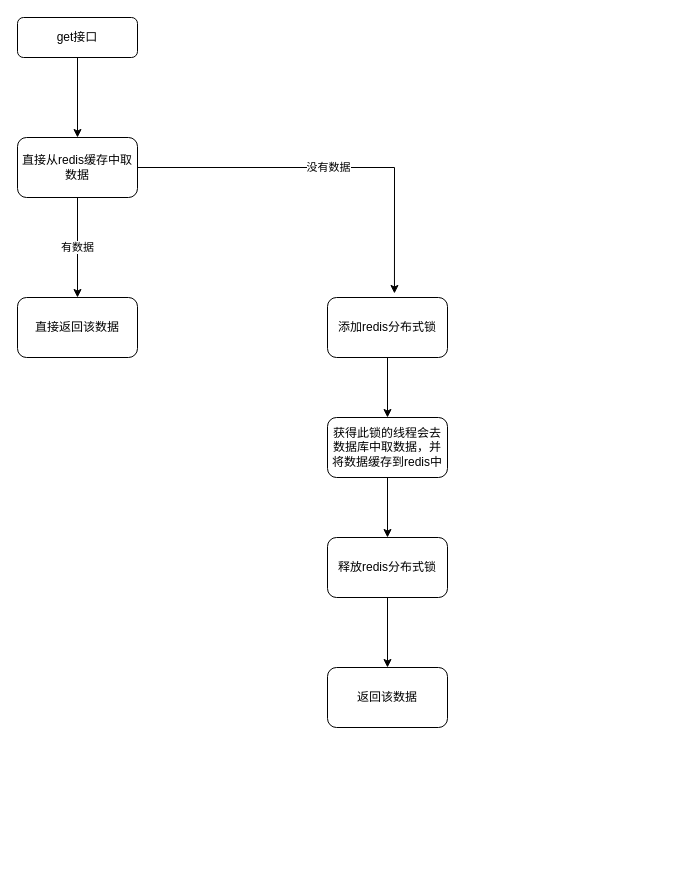
Earlier version of the draw.io diagram 页面发布.drawio (1363797161/fang). Source tidied: cells renumbered, new cells numbered last; positions are measured from the earlier drawing's top-left corner, leaving out a move shared by most shapes. Both pictures are drawn from the tidied source at 100%, with x=0, y=0 at pixel (17, 17).
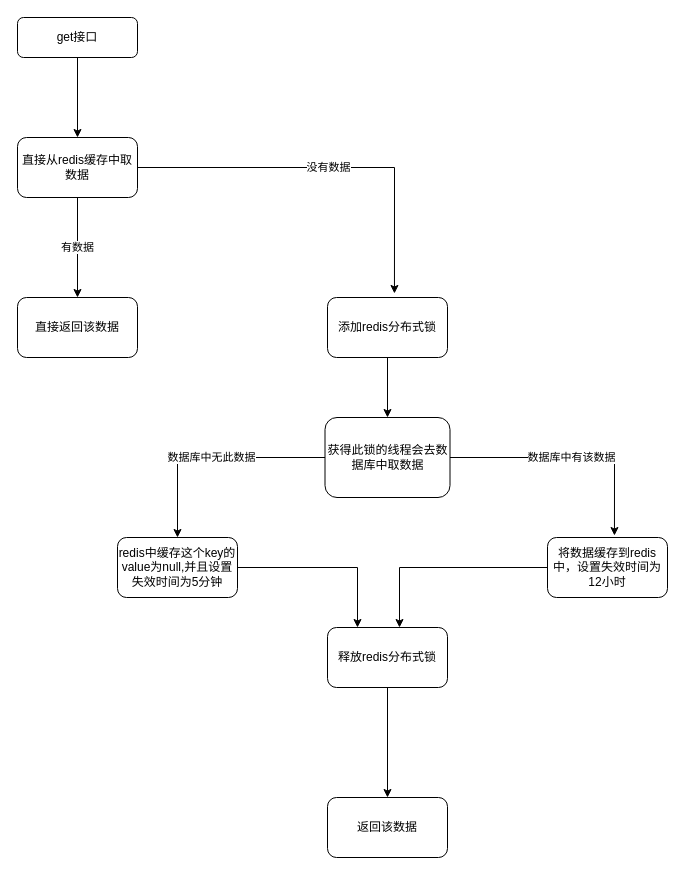
After the change.

Commit message (it also covers changes not shown here):
更新页面发布.drawio

Diff of the diagram source:
```diff
@@
 <mxGraphModel>
   <root>
     <mxCell id="0" />
     <mxCell id="1" parent="0" />
     <mxCell id="2" style="edgeStyle=orthogonalEdgeStyle;rounded=0;jettySize=auto;html=1;" parent="1" edge="1" source="3" target="6">
       <mxGeometry relative="1" as="geometry" />
     </mxCell>
     <mxCell id="3" value="get接口" style="rounded=1;whiteSpace=wrap;html=1;fontSize=12;glass=0;strokeWidth=1;shadow=0;" parent="1" vertex="1">
       <mxGeometry width="120" height="40" as="geometry" />
     </mxCell>
     <mxCell id="4" value="有数据" style="edgeStyle=orthogonalEdgeStyle;rounded=0;jettySize=auto;html=1;entryX=0.5;entryY=0;entryDx=0;entryDy=0;" parent="1" edge="1" source="6" target="9">
       <mxGeometry relative="1" as="geometry" />
     </mxCell>
     <mxCell id="5" value="没有数据" style="edgeStyle=orthogonalEdgeStyle;rounded=0;jettySize=auto;html=1;exitX=1;exitY=0.5;exitDx=0;exitDy=0;entryX=0.558;entryY=-0.067;entryDx=0;entryDy=0;entryPerimeter=0;" parent="1" edge="1" source="6" target="8">
       <mxGeometry relative="1" as="geometry" />
     </mxCell>
     <mxCell id="6" value="&lt;span&gt;直接从&lt;span lang=&quot;EN-US&quot;&gt;redis&lt;/span&gt;缓存中取数据&lt;/span&gt;" style="rounded=1;whiteSpace=wrap;html=1;" parent="1" vertex="1">
       <mxGeometry y="120" width="120" height="60" as="geometry" />
     </mxCell>
     <mxCell id="7" style="edgeStyle=orthogonalEdgeStyle;rounded=0;jettySize=auto;html=1;" parent="1" edge="1" source="8" target="11">
       <mxGeometry relative="1" as="geometry" />
     </mxCell>
     <mxCell id="8" value="添加redis分布式锁" style="rounded=1;whiteSpace=wrap;html=1;" parent="1" vertex="1">
       <mxGeometry x="310" y="280" width="120" height="60" as="geometry" />
     </mxCell>
     <mxCell id="9" value="直接返回该数据" style="rounded=1;whiteSpace=wrap;html=1;" parent="1" vertex="1">
       <mxGeometry y="280" width="120" height="60" as="geometry" />
     </mxCell>
-    <mxCell id="10" style="edgeStyle=orthogonalEdgeStyle;rounded=0;jettySize=auto;html=1;entryX=0.5;entryY=0;entryDx=0;entryDy=0;" parent="1" edge="1" source="11" target="13">
-      <mxGeometry relative="1" as="geometry" />
-    </mxCell>
+    <mxCell id="15" value="数据库中无此数据" style="edgeStyle=orthogonalEdgeStyle;rounded=0;jettySize=auto;html=1;entryX=0.5;entryY=0;entryDx=0;entryDy=0;" parent="1" edge="1" source="11" target="20">
+      <mxGeometry relative="1" as="geometry" />
+    </mxCell>
+    <mxCell id="16" value="数据库中有该数据" style="edgeStyle=orthogonalEdgeStyle;rounded=0;jettySize=auto;html=1;exitX=1;exitY=0.5;exitDx=0;exitDy=0;entryX=0.558;entryY=-0.033;entryDx=0;entryDy=0;entryPerimeter=0;" parent="1" edge="1" source="11" target="18">
+      <mxGeometry relative="1" as="geometry" />
+    </mxCell>
-    <mxCell id="11" value="&lt;span&gt;获得此锁的线程会去数据库中取数据，并将数据缓存到&lt;span lang=&quot;EN-US&quot;&gt;redis&lt;/span&gt;中&lt;/span&gt;" style="rounded=1;whiteSpace=wrap;html=1;" parent="1" vertex="1">
-      <mxGeometry x="310" y="400" width="120" height="60" as="geometry" />
+    <mxCell id="11" value="&lt;span&gt;获得此锁的线程会去数据库中取数据&lt;/span&gt;" style="rounded=1;whiteSpace=wrap;html=1;" parent="1" vertex="1">
+      <mxGeometry x="307.5" y="400" width="125" height="80" as="geometry" />
     </mxCell>
     <mxCell id="12" style="edgeStyle=orthogonalEdgeStyle;rounded=0;jettySize=auto;html=1;entryX=0.5;entryY=0;entryDx=0;entryDy=0;" parent="1" edge="1" source="13" target="14">
       <mxGeometry relative="1" as="geometry" />
     </mxCell>
     <mxCell id="13" value="释放redis分布式锁" style="rounded=1;whiteSpace=wrap;html=1;" parent="1" vertex="1">
-      <mxGeometry x="310" y="520" width="120" height="60" as="geometry" />
+      <mxGeometry x="310" y="610" width="120" height="60" as="geometry" />
     </mxCell>
     <mxCell id="14" value="返回该数据" style="rounded=1;whiteSpace=wrap;html=1;" parent="1" vertex="1">
-      <mxGeometry x="310" y="650" width="120" height="60" as="geometry" />
+      <mxGeometry x="310" y="780" width="120" height="60" as="geometry" />
     </mxCell>
+    <mxCell id="17" style="edgeStyle=orthogonalEdgeStyle;rounded=0;jettySize=auto;html=1;exitX=0;exitY=0.5;exitDx=0;exitDy=0;entryX=0.6;entryY=0;entryDx=0;entryDy=0;entryPerimeter=0;" parent="1" edge="1" source="18" target="13">
+      <mxGeometry relative="1" as="geometry" />
+    </mxCell>
+    <mxCell id="18" value="&lt;span&gt;将数据缓存到&lt;span lang=&quot;EN-US&quot;&gt;redis&lt;/span&gt;中，设置失效时间为12小时&lt;/span&gt;" style="rounded=1;whiteSpace=wrap;html=1;" parent="1" vertex="1">
+      <mxGeometry x="530" y="520" width="120" height="60" as="geometry" />
+    </mxCell>
+    <mxCell id="19" style="edgeStyle=orthogonalEdgeStyle;rounded=0;jettySize=auto;html=1;exitX=1;exitY=0.5;exitDx=0;exitDy=0;entryX=0.25;entryY=0;entryDx=0;entryDy=0;" parent="1" edge="1" source="20" target="13">
+      <mxGeometry relative="1" as="geometry" />
+    </mxCell>
+    <mxCell id="20" value="&lt;span lang=&quot;EN-US&quot;&gt;redis&lt;/span&gt;&lt;span&gt;中缓存这个&lt;span lang=&quot;EN-US&quot;&gt;key&lt;/span&gt;的&lt;span lang=&quot;EN-US&quot;&gt;value&lt;/span&gt;为&lt;span lang=&quot;EN-US&quot;&gt;null,&lt;/span&gt;并且设置失效时间为&lt;span lang=&quot;EN-US&quot;&gt;5&lt;/span&gt;分钟&lt;/span&gt;" style="rounded=1;whiteSpace=wrap;html=1;" parent="1" vertex="1">
+      <mxGeometry x="100" y="520" width="120" height="60" as="geometry" />
+    </mxCell>
   </root>
 </mxGraphModel>
```
